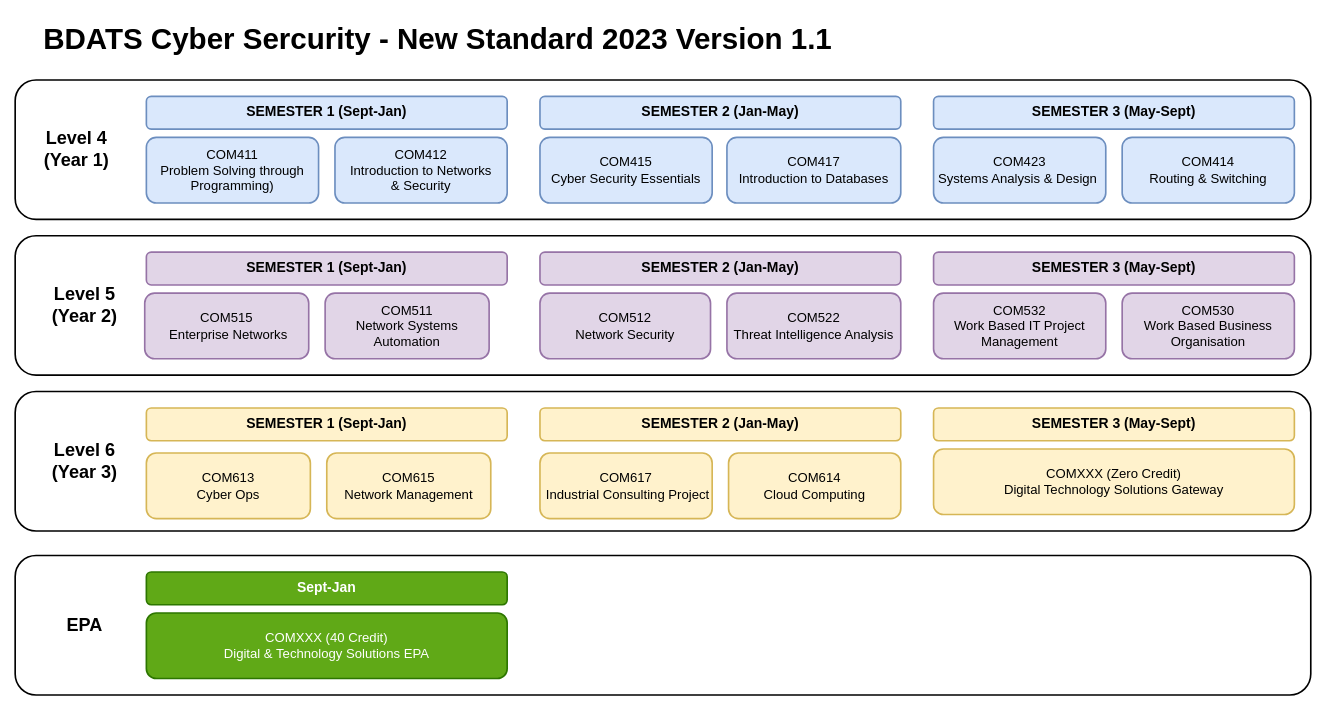
Earlier version of the draw.io diagram page "BDATS_CYBER" (4 of 4) of BDATS_SEM_1_2023-24.drawio (martinsolent/solent_diagrams). Source tidied: cells renumbered, new cells numbered last; positions are measured from the earlier drawing's top-left corner, leaving out a move shared by most shapes. Both pictures are drawn from the tidied source at 82%, with x=0, y=0 at pixel (15, 14).
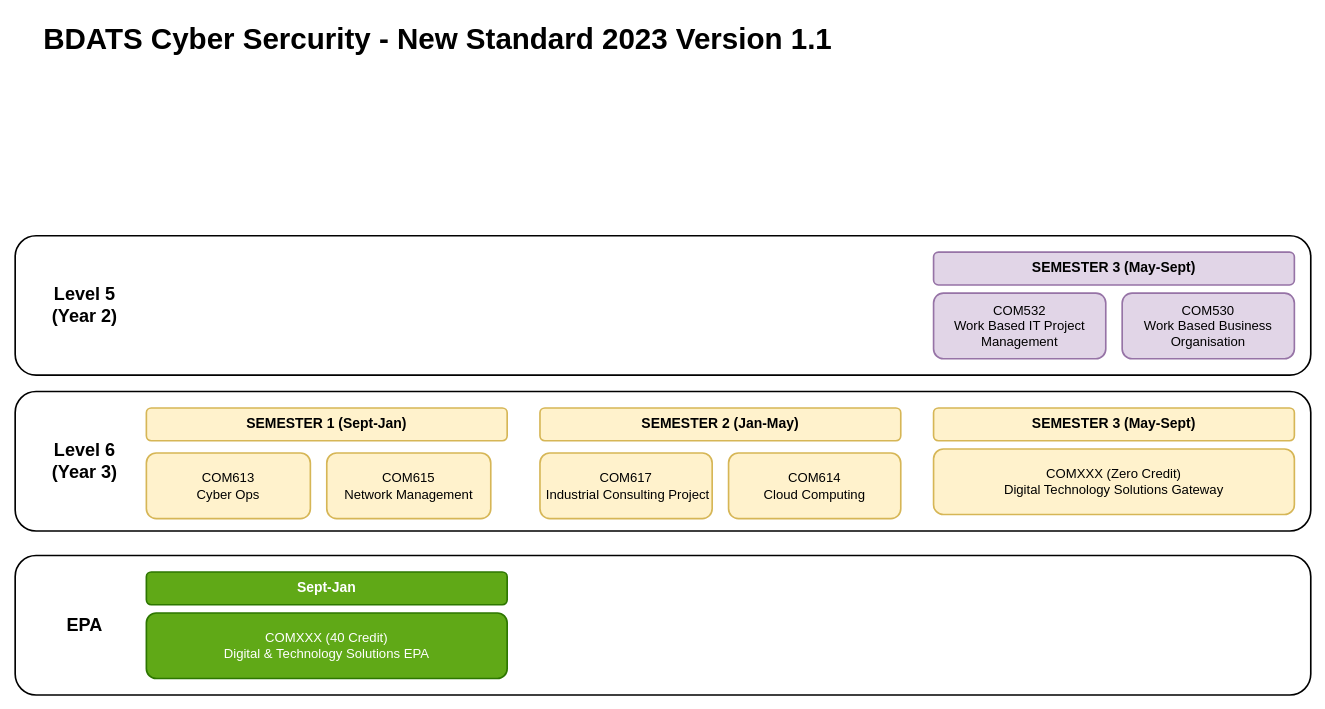
After the change.

Change to the diagram source:
```diff
@@
-    <mxCell id="4" style="rounded=1;whiteSpace=wrap;html=1;strokeWidth=2;" parent="1" vertex="1">
-      <mxGeometry y="80" width="1580" height="170" as="geometry" />
-    </mxCell>
-    <mxCell id="5" value="&lt;font&gt;&lt;span style=&quot;font-size: 16px&quot;&gt;COM411&lt;br&gt;Problem Solving through Programming)&lt;/span&gt;&lt;/font&gt;" style="rounded=1;whiteSpace=wrap;html=1;fillColor=#dae8fc;strokeColor=#6c8ebf;strokeWidth=2;" parent="1" vertex="1">
-      <mxGeometry x="160" y="150" width="210" height="80" as="geometry" />
-    </mxCell>
-    <mxCell id="6" value="&lt;span style=&quot;font-size: 16px&quot;&gt;COM412&lt;br&gt;Introduction to Networks&lt;br&gt;&amp;amp; Security&lt;/span&gt;" style="rounded=1;whiteSpace=wrap;html=1;fillColor=#dae8fc;strokeColor=#6c8ebf;strokeWidth=2;" parent="1" vertex="1">
-      <mxGeometry x="390" y="150" width="210" height="80" as="geometry" />
-    </mxCell>
-    <mxCell id="7" value="&lt;font style=&quot;font-size: 17px;&quot;&gt;&lt;b&gt;SEMESTER 1 (Sept-Jan)&lt;/b&gt;&lt;/font&gt;" style="rounded=1;whiteSpace=wrap;html=1;fillColor=#dae8fc;strokeColor=#6c8ebf;strokeWidth=2;" parent="1" vertex="1">
-      <mxGeometry x="160" y="100" width="440" height="40" as="geometry" />
-    </mxCell>
-    <mxCell id="8" value="&lt;font style=&quot;font-size: 16px;&quot;&gt;COM417&lt;br style=&quot;border-color: var(--border-color);&quot;&gt;Introduction to Databases&lt;/font&gt;" style="rounded=1;whiteSpace=wrap;html=1;fillColor=#dae8fc;strokeColor=#6c8ebf;strokeWidth=2;" parent="1" vertex="1">
-      <mxGeometry x="868" y="150" width="212" height="80" as="geometry" />
-    </mxCell>
-    <mxCell id="9" value="&lt;b style=&quot;border-color: var(--border-color); font-size: 17px;&quot;&gt;SEMESTER 2 (Jan-May)&lt;/b&gt;" style="rounded=1;whiteSpace=wrap;html=1;fillColor=#dae8fc;strokeColor=#6c8ebf;strokeWidth=2;" parent="1" vertex="1">
-      <mxGeometry x="640" y="100" width="440" height="40" as="geometry" />
-    </mxCell>
-    <mxCell id="10" value="&lt;font style=&quot;font-size: 16px;&quot;&gt;COM423&lt;br style=&quot;border-color: var(--border-color);&quot;&gt;Systems Analysis &amp;amp; Design&amp;nbsp;&lt;span style=&quot;font-size: 16px&quot;&gt;&lt;br&gt;&lt;/span&gt;&lt;/font&gt;" style="rounded=1;whiteSpace=wrap;html=1;fillColor=#dae8fc;strokeColor=#6c8ebf;strokeWidth=2;" parent="1" vertex="1">
-      <mxGeometry x="1120" y="150" width="210" height="80" as="geometry" />
-    </mxCell>
-    <mxCell id="11" value="&lt;b style=&quot;border-color: var(--border-color); font-size: 17px;&quot;&gt;SEMESTER 3 (May-Sept)&lt;/b&gt;" style="rounded=1;whiteSpace=wrap;html=1;fillColor=#dae8fc;strokeColor=#6c8ebf;strokeWidth=2;" parent="1" vertex="1">
-      <mxGeometry x="1120" y="100" width="440" height="40" as="geometry" />
-    </mxCell>
-    <mxCell id="12" value="&lt;font style=&quot;font-size: 17px;&quot;&gt;&lt;b&gt;SEMESTER 1 (Sept-Jan)&lt;/b&gt;&lt;/font&gt;" style="rounded=1;whiteSpace=wrap;html=1;fillColor=#e1d5e7;strokeColor=#9673a6;strokeWidth=2;" parent="1" vertex="1">
-      <mxGeometry x="160" y="290" width="440" height="40" as="geometry" />
-    </mxCell>
-    <mxCell id="13" value="&lt;b style=&quot;border-color: var(--border-color); font-size: 17px;&quot;&gt;SEMESTER 2 (Jan-May)&lt;/b&gt;" style="rounded=1;whiteSpace=wrap;html=1;fillColor=#e1d5e7;strokeColor=#9673a6;strokeWidth=2;" parent="1" vertex="1">
-      <mxGeometry x="640" y="290" width="440" height="40" as="geometry" />
-    </mxCell>
@@
-    <mxCell id="18" value="&lt;b style=&quot;font-size: 22px;&quot;&gt;Level 4&lt;br&gt;(Year 1)&lt;/b&gt;" style="text;html=1;align=center;verticalAlign=middle;whiteSpace=wrap;rounded=0;" parent="1" vertex="1">
-      <mxGeometry x="20" y="135" width="110" height="60" as="geometry" />
-    </mxCell>
@@
-    <mxCell id="30" value="&lt;font&gt;&lt;span style=&quot;font-size: 16px&quot;&gt;COM515&lt;br&gt;&amp;nbsp;Enterprise Networks&lt;br&gt;&lt;/span&gt;&lt;/font&gt;" style="rounded=1;whiteSpace=wrap;html=1;fillColor=#e1d5e7;strokeColor=#9673a6;strokeWidth=2;" parent="1" vertex="1">
-      <mxGeometry x="158" y="340" width="200" height="80" as="geometry" />
-    </mxCell>
-    <mxCell id="31" value="&lt;span style=&quot;font-size: 16px;&quot;&gt;COM511&lt;br&gt;Network Systems Automation&lt;/span&gt;" style="rounded=1;whiteSpace=wrap;html=1;fillColor=#e1d5e7;strokeColor=#9673a6;strokeWidth=2;" parent="1" vertex="1">
-      <mxGeometry x="378" y="340" width="200" height="80" as="geometry" />
-    </mxCell>
@@
-    <mxCell id="34" value="&lt;font style=&quot;font-size: 16px;&quot;&gt;COM512&lt;br&gt;Network Security&lt;span style=&quot;font-size: 16px&quot;&gt;&lt;br&gt;&lt;/span&gt;&lt;/font&gt;" style="rounded=1;whiteSpace=wrap;html=1;fillColor=#e1d5e7;strokeColor=#9673a6;strokeWidth=2;" parent="1" vertex="1">
-      <mxGeometry x="640" y="340" width="208" height="80" as="geometry" />
-    </mxCell>
-    <mxCell id="35" value="&lt;font style=&quot;font-size: 16px;&quot;&gt;COM522&lt;br style=&quot;border-color: var(--border-color);&quot;&gt;Threat Intelligence Analysis&lt;/font&gt;" style="rounded=1;whiteSpace=wrap;html=1;fillColor=#e1d5e7;strokeColor=#9673a6;strokeWidth=2;" parent="1" vertex="1">
-      <mxGeometry x="868" y="340" width="212" height="80" as="geometry" />
-    </mxCell>
@@
-    <mxCell id="37" value="&lt;font style=&quot;font-size: 16px;&quot;&gt;COM414&lt;br&gt;Routing &amp;amp; Switching&lt;/font&gt;" style="rounded=1;whiteSpace=wrap;html=1;fillColor=#dae8fc;strokeColor=#6c8ebf;strokeWidth=2;" parent="1" vertex="1">
-      <mxGeometry x="1350" y="150" width="210" height="80" as="geometry" />
-    </mxCell>
-    <mxCell id="38" value="&lt;font style=&quot;font-size: 16px;&quot;&gt;COM415&lt;br style=&quot;border-color: var(--border-color);&quot;&gt;Cyber Security Essentials&lt;span style=&quot;font-size: 16px&quot;&gt;&lt;br&gt;&lt;/span&gt;&lt;/font&gt;" style="rounded=1;whiteSpace=wrap;html=1;fillColor=#dae8fc;strokeColor=#6c8ebf;strokeWidth=2;" parent="1" vertex="1">
-      <mxGeometry x="640" y="150" width="210" height="80" as="geometry" />
-    </mxCell>
```
